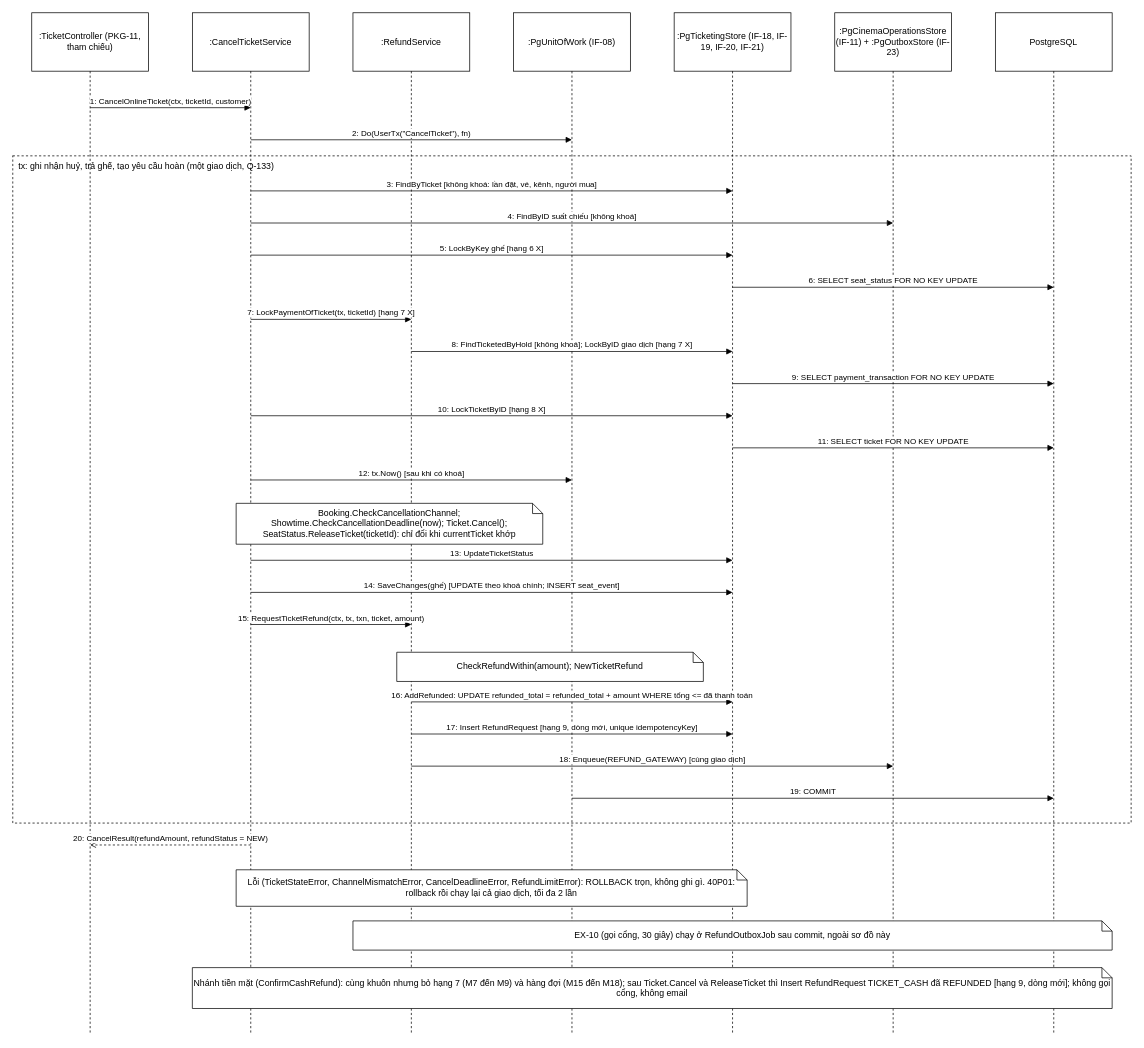
luytbq/app-dat-ve-xem-phim keeps this draw.io diagram as design/diagrams/P12-sequence-cancel-ticket.drawio. Above is the earlier version. Source tidied: cells renumbered, new cells numbered last; positions are measured from the earlier drawing's top-left corner, leaving out a move shared by most shapes. Both pictures are drawn from the tidied source at 73%, with x=0, y=0 at pixel (12, 12).
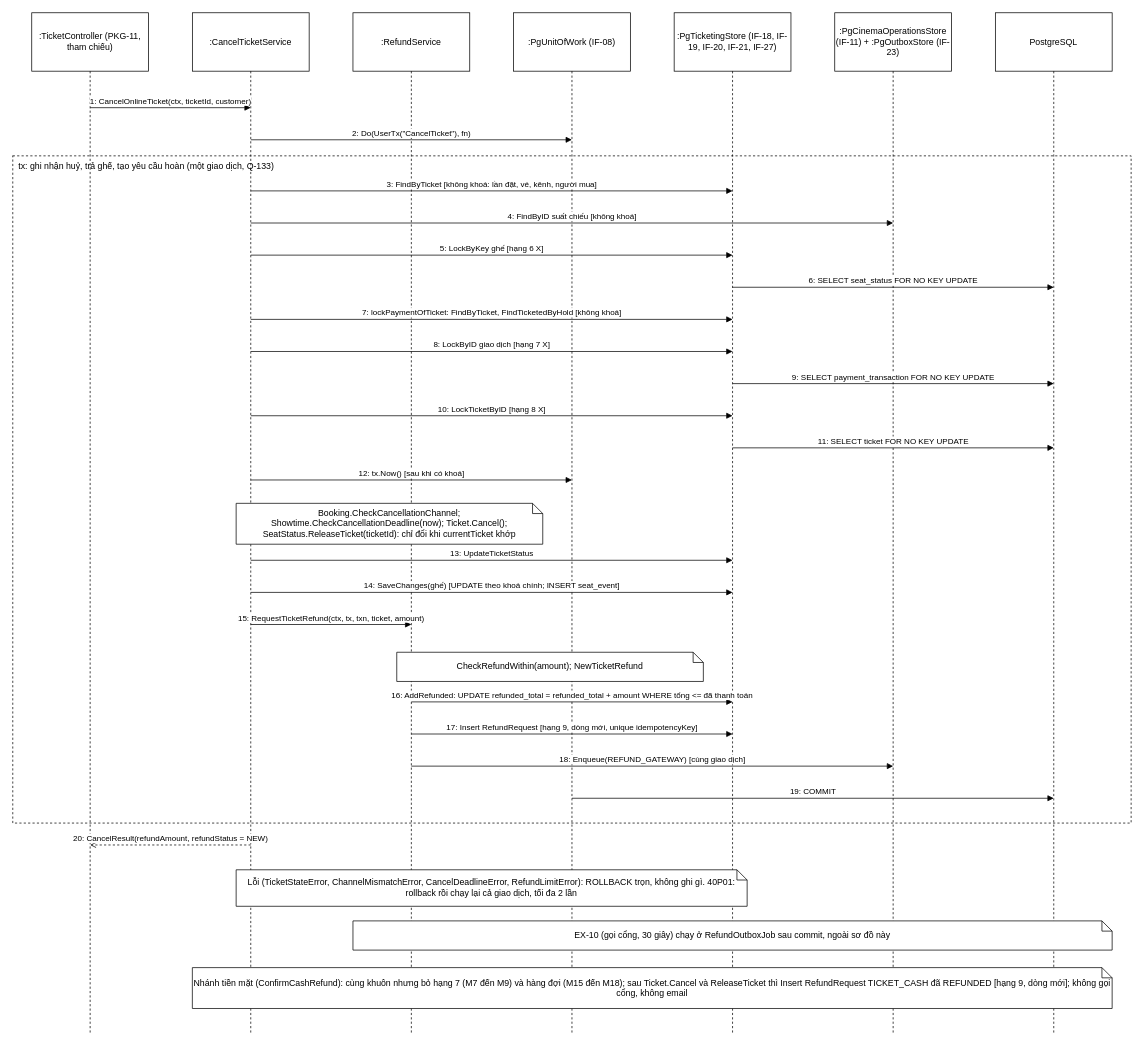
The same page after the edit.

The edit, as a diff of the source:
```diff
@@
-    <mxCell id="6" value=":PgTicketingStore (IF-18, IF-19, IF-20, IF-21)" style="shape=umlLifeline;perimeter=lifelinePerimeter;html=1;whiteSpace=wrap;size=80;" parent="1" vertex="1">
+    <mxCell id="6" value=":PgTicketingStore (IF-18, IF-19, IF-20, IF-21, IF-27)" style="shape=umlLifeline;perimeter=lifelinePerimeter;html=1;whiteSpace=wrap;size=80;" parent="1" vertex="1">
       <mxGeometry x="906" width="160" height="1400" as="geometry" />
     </mxCell>
@@
-    <mxCell id="21" value="7: LockPaymentOfTicket(tx, ticketId) [hạng 7 X]" style="endArrow=block;endFill=1;html=1;verticalAlign=bottom;" parent="1" edge="1">
+    <mxCell id="21" value="7: lockPaymentOfTicket: FindByTicket, FindTicketedByHold [không khoá]" style="endArrow=block;endFill=1;html=1;verticalAlign=bottom;" parent="1" edge="1">
       <mxGeometry relative="1" as="geometry">
         <mxPoint x="326" y="420" as="sourcePoint" />
-        <mxPoint x="546" y="420" as="targetPoint" />
+        <mxPoint x="986" y="420" as="targetPoint" />
       </mxGeometry>
     </mxCell>
-    <mxCell id="22" value="8: FindTicketedByHold [không khoá]; LockByID giao dịch [hạng 7 X]" style="endArrow=block;endFill=1;html=1;verticalAlign=bottom;" parent="1" edge="1">
+    <mxCell id="22" value="8: LockByID giao dịch [hạng 7 X]" style="endArrow=block;endFill=1;html=1;verticalAlign=bottom;" parent="1" edge="1">
       <mxGeometry relative="1" as="geometry">
-        <mxPoint x="546" y="464" as="sourcePoint" />
+        <mxPoint x="326" y="464" as="sourcePoint" />
         <mxPoint x="986" y="464" as="targetPoint" />
       </mxGeometry>
     </mxCell>
```
